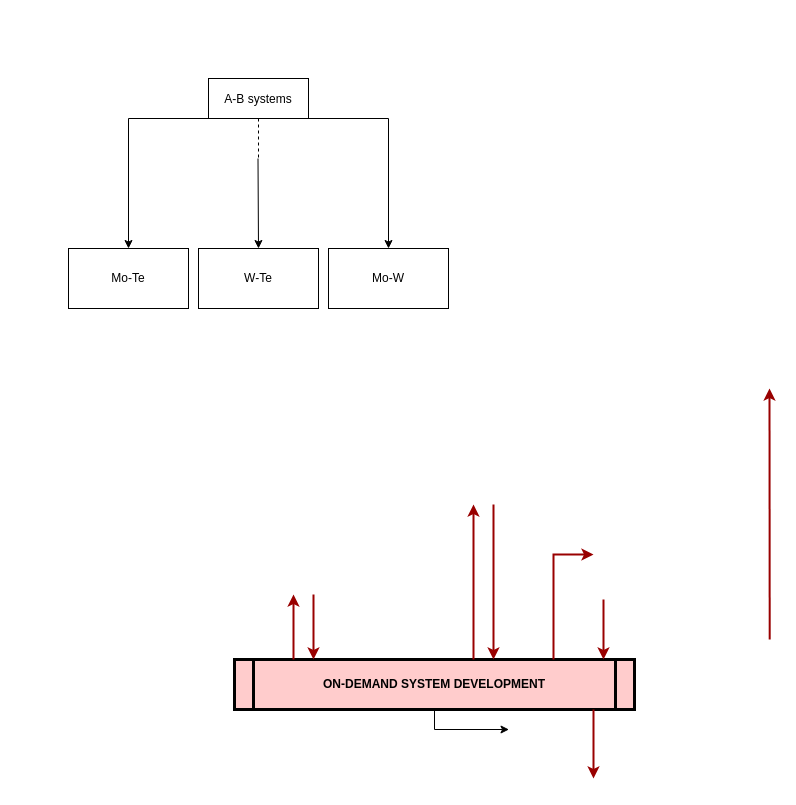
This is project workflow.drawio from Shreyamkmr/MTPgraphs, a draw.io file, before an edit. Source tidied: cells renumbered, new cells numbered last; positions are measured from the earlier drawing's top-left corner, leaving out a move shared by most shapes. Both pictures are drawn from the tidied source at 100%, with x=0, y=0 at pixel (68, 78).
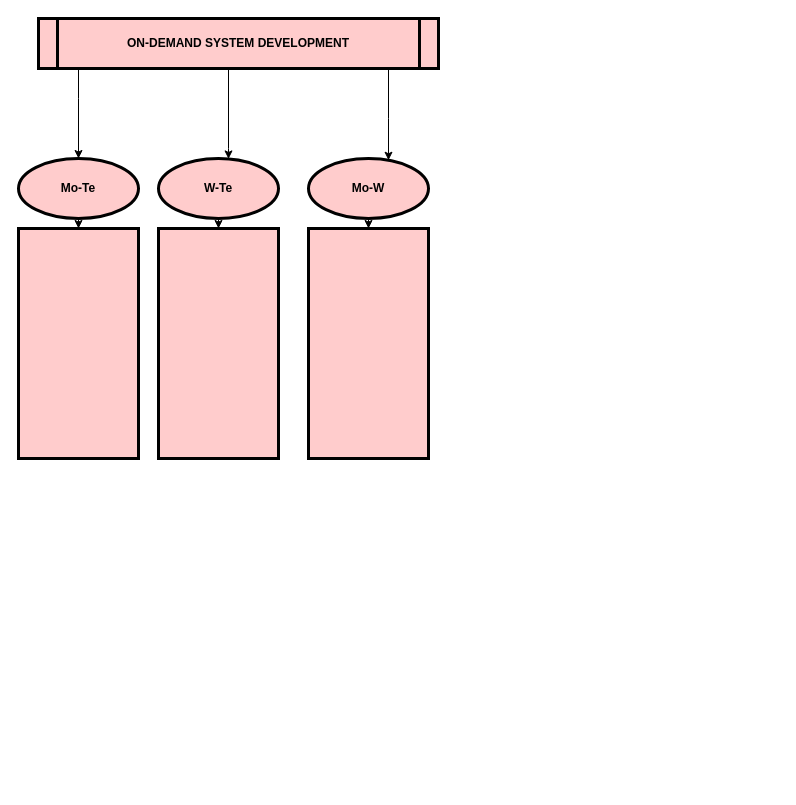
The same page after the edit.

What changed in the source:
```diff
@@
-    <mxCell id="2" style="edgeStyle=orthogonalEdgeStyle;rounded=0;jettySize=auto;html=1;" parent="1" edge="1" source="5" target="6">
-      <mxGeometry relative="1" as="geometry" />
-    </mxCell>
-    <mxCell id="3" style="edgeStyle=orthogonalEdgeStyle;rounded=0;jettySize=auto;html=1;" parent="1" edge="1" source="5" target="7">
-      <mxGeometry relative="1" as="geometry" />
-    </mxCell>
-    <mxCell id="4" style="edgeStyle=orthogonalEdgeStyle;rounded=0;jettySize=auto;html=1;" parent="1" edge="1" source="5" target="8">
-      <mxGeometry relative="1" as="geometry" />
-    </mxCell>
-    <mxCell id="5" value="A-B systems" style="shape=umlLifeline;perimeter=lifelinePerimeter;rounded=0;shadow=0;strokeWidth=1;" parent="1" vertex="1">
-      <mxGeometry x="140" width="100" height="80" as="geometry" />
-    </mxCell>
+    <mxCell id="20" style="edgeStyle=orthogonalEdgeStyle;rounded=0;jettySize=auto;html=1;" parent="1" edge="1" source="10" target="8">
+      <mxGeometry relative="1" as="geometry">
+        <Array as="points">
+          <mxPoint x="10" y="20" />
+          <mxPoint x="10" y="20" />
+        </Array>
+      </mxGeometry>
+    </mxCell>
+    <mxCell id="21" style="edgeStyle=orthogonalEdgeStyle;rounded=0;jettySize=auto;html=1;" parent="1" edge="1" source="10" target="6">
+      <mxGeometry relative="1" as="geometry">
+        <Array as="points">
+          <mxPoint x="160" y="70" />
+          <mxPoint x="160" y="70" />
+        </Array>
+      </mxGeometry>
+    </mxCell>
+    <mxCell id="22" style="edgeStyle=orthogonalEdgeStyle;rounded=0;jettySize=auto;html=1;" parent="1" edge="1" source="10" target="7">
+      <mxGeometry relative="1" as="geometry">
+        <Array as="points">
+          <mxPoint x="320" y="40" />
+          <mxPoint x="320" y="40" />
+        </Array>
+      </mxGeometry>
+    </mxCell>
+    <mxCell id="10" value="ON-DEMAND SYSTEM DEVELOPMENT" style="shape=process;whiteSpace=wrap;align=center;verticalAlign=middle;size=0.0475;fontStyle=1;strokeWidth=3;fillColor=#FFCCCC;" parent="1" vertex="1">
+      <mxGeometry x="-30" y="-60" width="400" height="50" as="geometry" />
+    </mxCell>
+    <mxCell id="19" style="edgeStyle=orthogonalEdgeStyle;rounded=0;orthogonalLoop=1;jettySize=auto;html=1;" parent="1" edge="1">
+      <mxGeometry relative="1" as="geometry">
+        <mxPoint x="308.5" y="661" as="targetPoint" />
+      </mxGeometry>
+    </mxCell>
+    <mxCell id="23" style="edgeStyle=orthogonalEdgeStyle;rounded=0;jettySize=auto;html=1;" parent="1" edge="1" source="8" target="26">
+      <mxGeometry relative="1" as="geometry" />
+    </mxCell>
+    <mxCell id="8" value="Mo-Te" style="ellipse;whiteSpace=wrap;html=1;fontStyle=1;strokeWidth=3;fillColor=#FFCCCC;" parent="1" vertex="1">
+      <mxGeometry x="-50" y="80" width="120" height="60" as="geometry" />
+    </mxCell>
+    <mxCell id="24" style="edgeStyle=orthogonalEdgeStyle;rounded=0;jettySize=auto;html=1;" parent="1" edge="1" source="6" target="27">
+      <mxGeometry relative="1" as="geometry" />
+    </mxCell>
-    <mxCell id="6" value="W-Te" style="whiteSpace=wrap;html=1;rounded=0;shadow=0;strokeWidth=1;" parent="1" vertex="1">
-      <mxGeometry x="130" y="170" width="120" height="60" as="geometry" />
+    <mxCell id="6" value="W-Te" style="ellipse;whiteSpace=wrap;html=1;fontStyle=1;strokeWidth=3;fillColor=#FFCCCC;" parent="1" vertex="1">
+      <mxGeometry x="90" y="80" width="120" height="60" as="geometry" />
     </mxCell>
+    <mxCell id="25" style="edgeStyle=orthogonalEdgeStyle;rounded=0;jettySize=auto;html=1;" parent="1" edge="1" source="7" target="28">
+      <mxGeometry relative="1" as="geometry" />
+    </mxCell>
-    <mxCell id="7" value="Mo-W&lt;br&gt;" style="whiteSpace=wrap;html=1;rounded=0;shadow=0;strokeWidth=1;" parent="1" vertex="1">
-      <mxGeometry x="260" y="170" width="120" height="60" as="geometry" />
+    <mxCell id="7" value="Mo-W" style="ellipse;whiteSpace=wrap;html=1;fontStyle=1;strokeWidth=3;fillColor=#FFCCCC;" parent="1" vertex="1">
+      <mxGeometry x="240" y="80" width="120" height="60" as="geometry" />
     </mxCell>
-    <mxCell id="8" value="Mo-Te" style="whiteSpace=wrap;html=1;rounded=0;shadow=0;strokeWidth=1;" parent="1" vertex="1">
-      <mxGeometry y="170" width="120" height="60" as="geometry" />
-    </mxCell>
-    <mxCell id="9" style="edgeStyle=orthogonalEdgeStyle;rounded=0;jettySize=auto;html=1;" parent="1" edge="1" source="10">
-      <mxGeometry relative="1" as="geometry">
-        <mxPoint x="440" y="651" as="targetPoint" />
-      </mxGeometry>
-    </mxCell>
-    <mxCell id="10" value="ON-DEMAND SYSTEM DEVELOPMENT" style="shape=process;whiteSpace=wrap;align=center;verticalAlign=middle;size=0.0475;fontStyle=1;strokeWidth=3;fillColor=#FFCCCC;" parent="1" vertex="1">
-      <mxGeometry x="166" y="581" width="400" height="50" as="geometry" />
-    </mxCell>
-    <mxCell id="11" style="edgeStyle=elbowEdgeStyle;elbow=horizontal;strokeColor=#990000;strokeWidth=2;rounded=0;" parent="1" edge="1" source="10">
-      <mxGeometry relative="1" as="geometry">
-        <mxPoint x="225" y="516" as="targetPoint" />
-        <Array as="points">
-          <mxPoint x="225" y="560" />
-        </Array>
-      </mxGeometry>
-    </mxCell>
-    <mxCell id="12" style="edgeStyle=elbowEdgeStyle;elbow=horizontal;strokeColor=#990000;strokeWidth=2;rounded=0;" parent="1" edge="1" target="10">
-      <mxGeometry relative="1" as="geometry">
-        <mxPoint x="245" y="516" as="sourcePoint" />
-        <Array as="points">
-          <mxPoint x="245" y="550" />
-        </Array>
-      </mxGeometry>
-    </mxCell>
-    <mxCell id="13" style="edgeStyle=elbowEdgeStyle;elbow=horizontal;strokeColor=#990000;strokeWidth=2;rounded=0;" parent="1" edge="1" source="10">
-      <mxGeometry relative="1" as="geometry">
-        <mxPoint x="405" y="426" as="targetPoint" />
-        <Array as="points">
-          <mxPoint x="405" y="500" />
-        </Array>
-      </mxGeometry>
-    </mxCell>
-    <mxCell id="14" style="edgeStyle=elbowEdgeStyle;elbow=horizontal;strokeColor=#990000;strokeWidth=2;rounded=0;" parent="1" edge="1" target="10">
-      <mxGeometry relative="1" as="geometry">
-        <mxPoint x="425" y="426" as="sourcePoint" />
-        <Array as="points">
-          <mxPoint x="425" y="510" />
-        </Array>
-      </mxGeometry>
-    </mxCell>
-    <mxCell id="15" style="edgeStyle=elbowEdgeStyle;elbow=horizontal;strokeColor=#990000;strokeWidth=2;rounded=0;" parent="1" edge="1">
-      <mxGeometry relative="1" as="geometry">
-        <mxPoint x="701.2" y="561" as="sourcePoint" />
-        <mxPoint x="701.2" y="310" as="targetPoint" />
-      </mxGeometry>
-    </mxCell>
-    <mxCell id="16" style="edgeStyle=elbowEdgeStyle;elbow=horizontal;strokeColor=#990000;strokeWidth=2;rounded=0;" parent="1" edge="1" target="10">
-      <mxGeometry relative="1" as="geometry">
-        <mxPoint x="535" y="521" as="sourcePoint" />
-        <Array as="points">
-          <mxPoint x="535" y="550" />
-        </Array>
-      </mxGeometry>
-    </mxCell>
-    <mxCell id="17" style="edgeStyle=segmentEdgeStyle;strokeColor=#990000;strokeWidth=2;rounded=0;" parent="1" edge="1" source="10">
-      <mxGeometry relative="1" as="geometry">
-        <mxPoint x="525" y="476" as="targetPoint" />
-        <Array as="points">
-          <mxPoint x="485" y="476" />
-        </Array>
-      </mxGeometry>
-    </mxCell>
-    <mxCell id="18" style="edgeStyle=elbowEdgeStyle;elbow=horizontal;strokeColor=#990000;strokeWidth=2;rounded=0;" parent="1" edge="1" source="10">
-      <mxGeometry relative="1" as="geometry">
-        <mxPoint x="525" y="700" as="targetPoint" />
-        <Array as="points">
-          <mxPoint x="525" y="670" />
-        </Array>
-      </mxGeometry>
-    </mxCell>
-    <mxCell id="19" style="edgeStyle=orthogonalEdgeStyle;rounded=0;orthogonalLoop=1;jettySize=auto;html=1;" parent="1" edge="1">
-      <mxGeometry relative="1" as="geometry">
-        <mxPoint x="308.5" y="661" as="targetPoint" />
-      </mxGeometry>
-    </mxCell>
+    <mxCell id="26" style="whiteSpace=wrap;html=1;fontStyle=1;strokeWidth=3;fillColor=#FFCCCC;" parent="1" vertex="1">
+      <mxGeometry x="-50" y="150" width="120" height="230" as="geometry" />
+    </mxCell>
+    <mxCell id="27" style="whiteSpace=wrap;html=1;fontStyle=1;strokeWidth=3;fillColor=#FFCCCC;" parent="1" vertex="1">
+      <mxGeometry x="90" y="150" width="120" height="230" as="geometry" />
+    </mxCell>
+    <mxCell id="28" style="whiteSpace=wrap;html=1;fontStyle=1;strokeWidth=3;fillColor=#FFCCCC;" parent="1" vertex="1">
+      <mxGeometry x="240" y="150" width="120" height="230" as="geometry" />
+    </mxCell>
```
